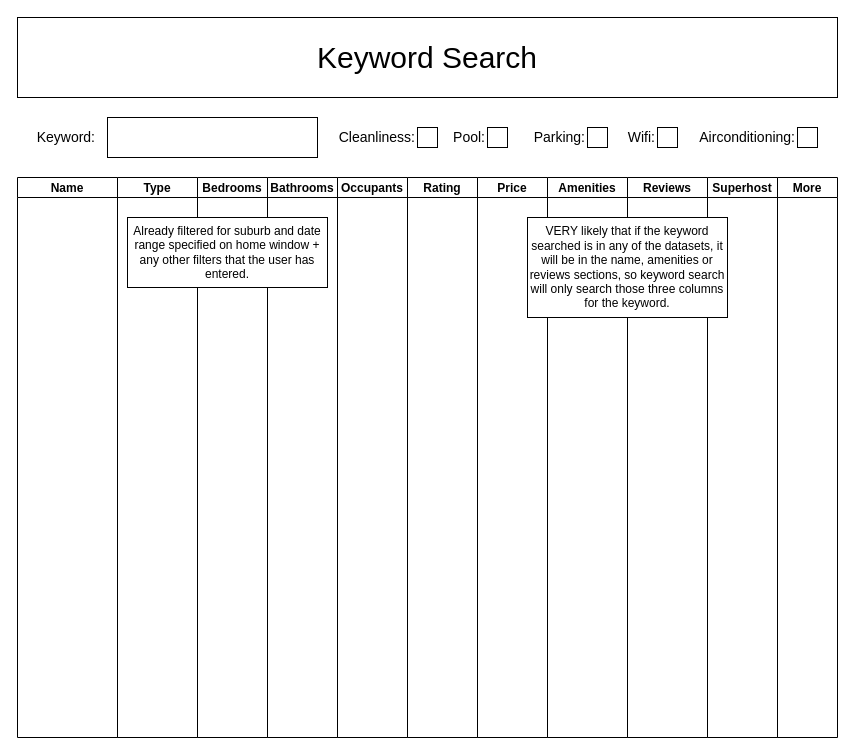
Above: page "Keyword" (3 of 4) of user_interface.drawio in Giahuy1500/Quiz_week_8 (draw.io), before the change. Source tidied: cells renumbered, new cells numbered last; positions are measured from the earlier drawing's top-left corner, leaving out a move shared by most shapes. Both pictures are drawn from the tidied source at 100%, with x=0, y=0 at pixel (17, 17).
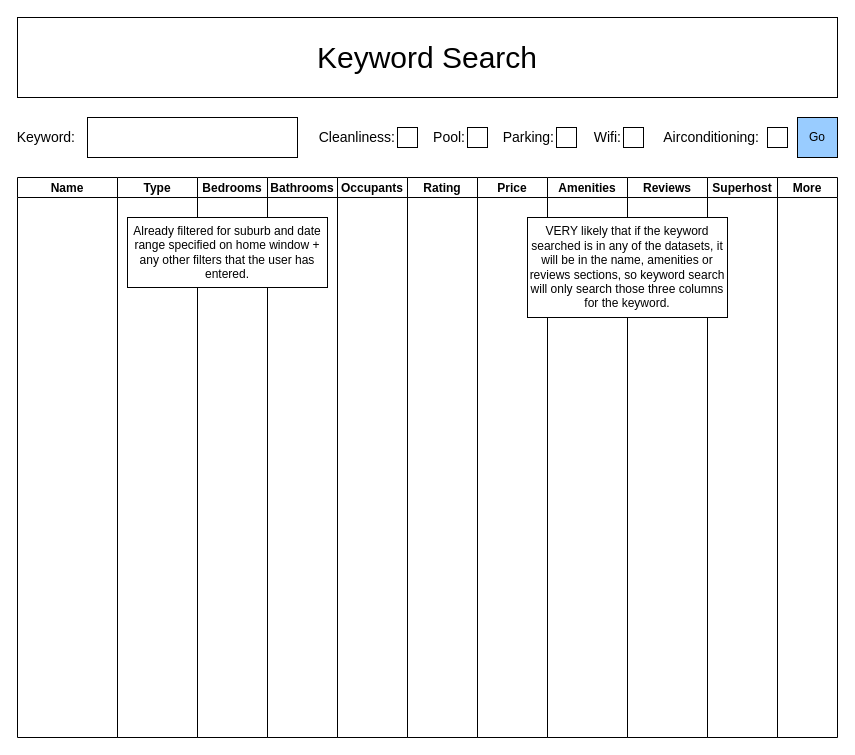
Above is the later version.

Diff of the diagram source:
```diff
@@
     <mxCell id="3" style="rounded=0;whiteSpace=wrap;html=1;" parent="1" vertex="1">
-      <mxGeometry x="90" y="100" width="210" height="40" as="geometry" />
+      <mxGeometry x="70" y="100" width="210" height="40" as="geometry" />
     </mxCell>
     <mxCell id="4" value="Keyword:" style="rounded=0;html=1;align=right;whiteSpace=wrap;labelBackgroundColor=none;fontSize=14;strokeColor=none;fillColor=none;" parent="1" vertex="1">
-      <mxGeometry y="100" width="80" height="40" as="geometry" />
+      <mxGeometry y="100" width="60" height="40" as="geometry" />
     </mxCell>
     <mxCell id="5" value="Cleanliness:" style="rounded=0;html=1;align=right;whiteSpace=wrap;labelBackgroundColor=none;fontSize=14;strokeColor=none;fillColor=none;" parent="1" vertex="1">
-      <mxGeometry x="320" y="100" width="80" height="40" as="geometry" />
+      <mxGeometry x="300" y="100" width="80" height="40" as="geometry" />
     </mxCell>
     <mxCell id="6" style="rounded=0;whiteSpace=wrap;html=1;" parent="1" vertex="1">
-      <mxGeometry x="400" y="110" width="20" height="20" as="geometry" />
+      <mxGeometry x="380" y="110" width="20" height="20" as="geometry" />
     </mxCell>
     <mxCell id="7" value="Pool:" style="rounded=0;html=1;align=right;whiteSpace=wrap;labelBackgroundColor=none;fontSize=14;strokeColor=none;fillColor=none;" parent="1" vertex="1">
-      <mxGeometry x="410" y="100" width="60" height="40" as="geometry" />
+      <mxGeometry x="390" y="100" width="60" height="40" as="geometry" />
     </mxCell>
     <mxCell id="8" style="rounded=0;whiteSpace=wrap;html=1;" parent="1" vertex="1">
-      <mxGeometry x="470" y="110" width="20" height="20" as="geometry" />
+      <mxGeometry x="450" y="110" width="20" height="20" as="geometry" />
     </mxCell>
     <mxCell id="9" value="Parking:" style="rounded=0;html=1;align=right;whiteSpace=wrap;labelBackgroundColor=none;fontSize=14;strokeColor=none;fillColor=none;" parent="1" vertex="1">
-      <mxGeometry x="490" y="100" width="80" height="40" as="geometry" />
+      <mxGeometry x="470" y="100" width="69" height="40" as="geometry" />
     </mxCell>
     <mxCell id="10" style="rounded=0;whiteSpace=wrap;html=1;" parent="1" vertex="1">
-      <mxGeometry x="570" y="110" width="20" height="20" as="geometry" />
+      <mxGeometry x="539" y="110" width="20" height="20" as="geometry" />
     </mxCell>
     <mxCell id="11" value="Wifi:" style="rounded=0;html=1;align=right;whiteSpace=wrap;labelBackgroundColor=none;fontSize=14;strokeColor=none;fillColor=none;" parent="1" vertex="1">
-      <mxGeometry x="600" y="100" width="40" height="40" as="geometry" />
+      <mxGeometry x="566" y="100" width="40" height="40" as="geometry" />
     </mxCell>
     <mxCell id="12" style="rounded=0;whiteSpace=wrap;html=1;" parent="1" vertex="1">
-      <mxGeometry x="640" y="110" width="20" height="20" as="geometry" />
+      <mxGeometry x="606" y="110" width="20" height="20" as="geometry" />
     </mxCell>
     <mxCell id="13" value="Airconditioning:" style="rounded=0;html=1;align=right;whiteSpace=wrap;labelBackgroundColor=none;fontSize=14;strokeColor=none;fillColor=none;" parent="1" vertex="1">
-      <mxGeometry x="680" y="100" width="100" height="40" as="geometry" />
+      <mxGeometry x="644" y="100" width="100" height="40" as="geometry" />
     </mxCell>
     <mxCell id="14" style="rounded=0;whiteSpace=wrap;html=1;" parent="1" vertex="1">
-      <mxGeometry x="780" y="110" width="20" height="20" as="geometry" />
+      <mxGeometry x="750" y="110" width="20" height="20" as="geometry" />
     </mxCell>
@@
+    <mxCell id="28" value="Go" style="rounded=0;whiteSpace=wrap;html=1;fillColor=#99CCFF;" parent="1" vertex="1">
+      <mxGeometry x="780" y="100" width="40" height="40" as="geometry" />
+    </mxCell>
```
